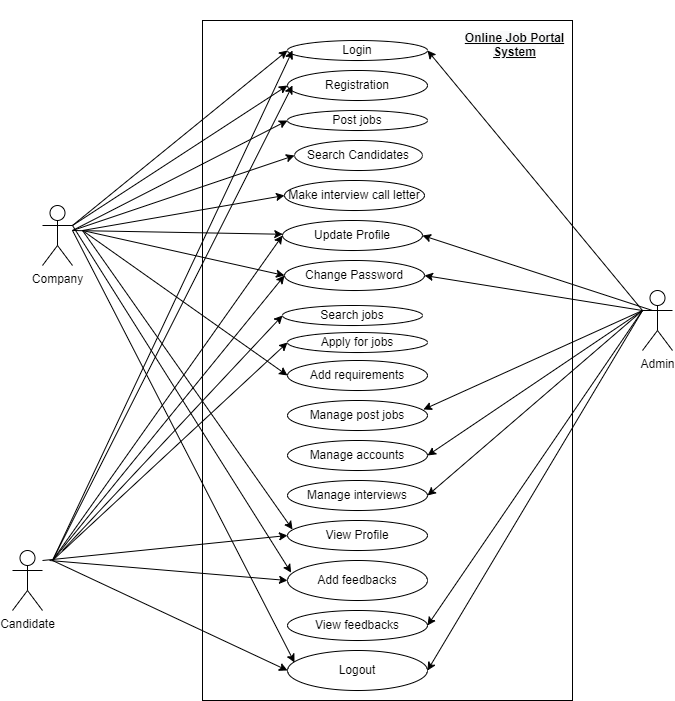
This is Day-9 Object Modelling diagrams/Online job portal/Usecase-diagram.png from Mydhili-murali/ust-prograd-training, a draw.io export, as it was before one commit. Source tidied: cells renumbered, new cells last; positions are measured from the earlier drawing's top-left corner, leaving out a move shared by most shapes.
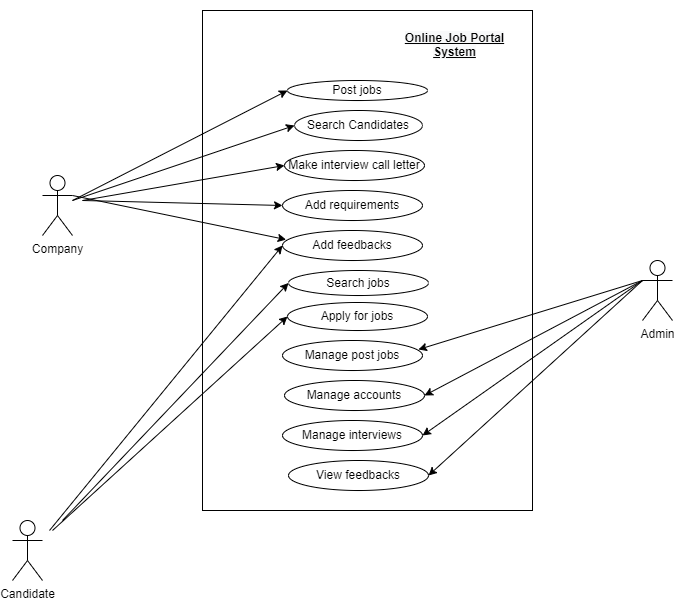
After the change.

What changed in the source:
```diff
@@ -3,29 +3,17 @@
     <mxCell id="0" />
     <mxCell id="1" parent="0" />
     <mxCell id="2" style="whiteSpace=wrap;html=1;" parent="1" vertex="1">
-      <mxGeometry x="190" y="20" width="370" height="680" as="geometry" />
+      <mxGeometry x="190" y="40" width="330" height="500" as="geometry" />
     </mxCell>
     <mxCell id="3" value="Company" style="shape=umlActor;verticalLabelPosition=bottom;verticalAlign=top;html=1;outlineConnect=0;" parent="1" vertex="1">
       <mxGeometry x="30" y="205" width="30" height="60" as="geometry" />
     </mxCell>
-    <mxCell id="4" value="Login" style="ellipse;whiteSpace=wrap;html=1;" parent="1" vertex="1">
-      <mxGeometry x="275" y="40" width="140" height="20" as="geometry" />
-    </mxCell>
     <mxCell id="5" value="Candidate" style="shape=umlActor;verticalLabelPosition=bottom;verticalAlign=top;html=1;" parent="1" vertex="1">
       <mxGeometry y="550" width="30" height="60" as="geometry" />
     </mxCell>
     <mxCell id="6" value="Admin" style="shape=umlActor;verticalLabelPosition=bottom;verticalAlign=top;html=1;" parent="1" vertex="1">
       <mxGeometry x="630" y="290" width="30" height="60" as="geometry" />
     </mxCell>
-    <mxCell id="7" value="Registration" style="ellipse;whiteSpace=wrap;html=1;" parent="1" vertex="1">
-      <mxGeometry x="275" y="70" width="140" height="30" as="geometry" />
-    </mxCell>
-    <mxCell id="8" value="Update Profile" style="ellipse;whiteSpace=wrap;html=1;" parent="1" vertex="1">
-      <mxGeometry x="270" y="220" width="140" height="30" as="geometry" />
-    </mxCell>
-    <mxCell id="9" value="Change Password" style="ellipse;whiteSpace=wrap;html=1;" parent="1" vertex="1">
-      <mxGeometry x="272" y="260" width="140" height="30" as="geometry" />
-    </mxCell>
     <mxCell id="10" value="Post jobs" style="ellipse;whiteSpace=wrap;html=1;" parent="1" vertex="1">
       <mxGeometry x="275" y="110" width="140" height="20" as="geometry" />
     </mxCell>
@@ -33,93 +21,43 @@
       <mxGeometry x="282" y="140" width="128" height="30" as="geometry" />
     </mxCell>
     <mxCell id="12" value="Add feedbacks" style="ellipse;whiteSpace=wrap;html=1;" parent="1" vertex="1">
-      <mxGeometry x="275" y="560" width="140" height="40" as="geometry" />
+      <mxGeometry x="270" y="260" width="140" height="30" as="geometry" />
     </mxCell>
-    <mxCell id="13" style="endArrow=classic;html=1;" parent="1" edge="1">
-      <mxGeometry relative="1" as="geometry">
-        <mxPoint x="40" y="560" as="sourcePoint" />
-        <mxPoint x="280" y="85" as="targetPoint" />
-      </mxGeometry>
-    </mxCell>
-    <mxCell id="14" style="endArrow=classic;html=1;entryX=0;entryY=0.5;entryDx=0;entryDy=0;" parent="1" edge="1" target="8">
-      <mxGeometry relative="1" as="geometry">
-        <mxPoint x="40" y="560" as="sourcePoint" />
-      </mxGeometry>
-    </mxCell>
     <mxCell id="15" style="endArrow=classic;html=1;entryX=0.026;entryY=0.304;entryDx=0;entryDy=0;entryPerimeter=0;exitX=1;exitY=0.3333333333333333;exitDx=0;exitDy=0;exitPerimeter=0;" parent="1" edge="1" source="3" target="12">
       <mxGeometry relative="1" as="geometry" />
     </mxCell>
-    <mxCell id="16" style="endArrow=classic;html=1;entryX=0;entryY=0.5;entryDx=0;entryDy=0;" parent="1" edge="1" target="9">
-      <mxGeometry relative="1" as="geometry">
-        <mxPoint x="40" y="560" as="sourcePoint" />
-      </mxGeometry>
-    </mxCell>
-    <mxCell id="17" style="endArrow=classic;html=1;entryX=1;entryY=0.5;entryDx=0;entryDy=0;" parent="1" edge="1" target="4">
-      <mxGeometry relative="1" as="geometry">
-        <mxPoint x="630" y="310" as="sourcePoint" />
-      </mxGeometry>
-    </mxCell>
-    <mxCell id="18" style="endArrow=classic;html=1;entryX=1;entryY=0.5;entryDx=0;entryDy=0;" parent="1" edge="1" target="8">
-      <mxGeometry relative="1" as="geometry">
-        <mxPoint x="640" y="310" as="sourcePoint" />
-      </mxGeometry>
-    </mxCell>
-    <mxCell id="19" style="endArrow=classic;html=1;entryX=1;entryY=0.5;entryDx=0;entryDy=0;" parent="1" edge="1" target="9">
-      <mxGeometry relative="1" as="geometry">
-        <mxPoint x="630" y="310" as="sourcePoint" />
-      </mxGeometry>
-    </mxCell>
     <mxCell id="20" value="Make interview call letter" style="ellipse;whiteSpace=wrap;html=1;" parent="1" vertex="1">
       <mxGeometry x="272" y="180" width="140" height="30" as="geometry" />
     </mxCell>
     <mxCell id="21" value="&lt;b&gt;&lt;u&gt;&lt;br&gt;&lt;br&gt;&lt;span style=&quot;color: rgb(0 , 0 , 0) ; font-family: &amp;#34;helvetica&amp;#34; ; font-size: 12px ; font-style: normal ; letter-spacing: normal ; text-align: center ; text-indent: 0px ; text-transform: none ; word-spacing: 0px ; background-color: rgb(248 , 249 , 250) ; display: inline ; float: none&quot;&gt;Online Job Portal System&lt;/span&gt;&lt;br&gt;&lt;/u&gt;&lt;/b&gt;" style="text;html=1;strokeColor=none;fillColor=none;align=center;verticalAlign=middle;whiteSpace=wrap;rounded=0;" parent="1" vertex="1">
-      <mxGeometry x="450" width="105" height="60" as="geometry" />
+      <mxGeometry x="390" y="30" width="105" height="60" as="geometry" />
     </mxCell>
-    <mxCell id="22" style="endArrow=classic;html=1;rounded=0;entryX=0;entryY=0.5;entryDx=0;entryDy=0;exitX=1;exitY=0.3333333333333333;exitDx=0;exitDy=0;exitPerimeter=0;" parent="1" edge="1" source="3" target="4">
-      <mxGeometry relative="1" as="geometry" />
-    </mxCell>
     <mxCell id="23" value="View feedbacks" style="ellipse;whiteSpace=wrap;html=1;" parent="1" vertex="1">
-      <mxGeometry x="275" y="610" width="140" height="30" as="geometry" />
+      <mxGeometry x="276" y="490" width="140" height="30" as="geometry" />
     </mxCell>
     <mxCell id="24" value="Search jobs" style="ellipse;whiteSpace=wrap;html=1;" parent="1" vertex="1">
-      <mxGeometry x="270" y="305" width="140" height="20" as="geometry" />
+      <mxGeometry x="276" y="300" width="140" height="25" as="geometry" />
     </mxCell>
     <mxCell id="25" value="Apply for jobs" style="ellipse;whiteSpace=wrap;html=1;" parent="1" vertex="1">
-      <mxGeometry x="275" y="332" width="140" height="20" as="geometry" />
+      <mxGeometry x="275" y="332" width="140" height="28" as="geometry" />
     </mxCell>
-    <mxCell id="26" value="View Profile" style="ellipse;whiteSpace=wrap;html=1;" parent="1" vertex="1">
-      <mxGeometry x="275" y="520" width="140" height="30" as="geometry" />
-    </mxCell>
     <mxCell id="27" value="Add requirements" style="ellipse;whiteSpace=wrap;html=1;" parent="1" vertex="1">
-      <mxGeometry x="275" y="360" width="140" height="30" as="geometry" />
+      <mxGeometry x="270" y="220" width="140" height="30" as="geometry" />
     </mxCell>
     <mxCell id="28" value="Manage post jobs" style="ellipse;whiteSpace=wrap;html=1;" parent="1" vertex="1">
-      <mxGeometry x="275" y="400" width="140" height="30" as="geometry" />
+      <mxGeometry x="270" y="370" width="140" height="30" as="geometry" />
     </mxCell>
     <mxCell id="29" value="Manage accounts" style="ellipse;whiteSpace=wrap;html=1;" parent="1" vertex="1">
-      <mxGeometry x="275" y="440" width="140" height="30" as="geometry" />
+      <mxGeometry x="272" y="410" width="140" height="30" as="geometry" />
     </mxCell>
     <mxCell id="30" value="Manage interviews" style="ellipse;whiteSpace=wrap;html=1;" parent="1" vertex="1">
-      <mxGeometry x="275" y="480" width="140" height="30" as="geometry" />
+      <mxGeometry x="270" y="450" width="140" height="30" as="geometry" />
     </mxCell>
-    <mxCell id="31" value="Logout" style="ellipse;whiteSpace=wrap;html=1;" parent="1" vertex="1">
-      <mxGeometry x="275" y="650" width="140" height="40" as="geometry" />
-    </mxCell>
-    <mxCell id="32" style="endArrow=classic;html=1;rounded=0;entryX=0;entryY=0.5;entryDx=0;entryDy=0;" parent="1" edge="1" target="31">
-      <mxGeometry relative="1" as="geometry">
-        <mxPoint x="40" y="560" as="sourcePoint" />
-      </mxGeometry>
-    </mxCell>
     <mxCell id="33" style="endArrow=classic;html=1;rounded=0;exitX=1;exitY=0.3333333333333333;exitDx=0;exitDy=0;exitPerimeter=0;entryX=0;entryY=0.5;entryDx=0;entryDy=0;" parent="1" edge="1" target="12">
       <mxGeometry relative="1" as="geometry">
         <mxPoint x="37" y="560" as="sourcePoint" />
       </mxGeometry>
     </mxCell>
-    <mxCell id="34" style="endArrow=classic;html=1;rounded=0;entryX=0;entryY=0.5;entryDx=0;entryDy=0;" parent="1" edge="1" target="26">
-      <mxGeometry relative="1" as="geometry">
-        <mxPoint x="30" y="560" as="sourcePoint" />
-      </mxGeometry>
-    </mxCell>
     <mxCell id="35" style="endArrow=classic;html=1;rounded=0;entryX=0;entryY=0.5;entryDx=0;entryDy=0;" parent="1" edge="1" target="25">
       <mxGeometry relative="1" as="geometry">
         <mxPoint x="40" y="560" as="sourcePoint" />
@@ -130,9 +68,6 @@
         <mxPoint x="50" y="550" as="sourcePoint" />
       </mxGeometry>
     </mxCell>
-    <mxCell id="37" style="endArrow=classic;html=1;rounded=0;exitX=1;exitY=0.3333333333333333;exitDx=0;exitDy=0;exitPerimeter=0;entryX=0;entryY=0.5;entryDx=0;entryDy=0;" parent="1" edge="1" source="3" target="7">
-      <mxGeometry relative="1" as="geometry" />
-    </mxCell>
     <mxCell id="38" style="endArrow=classic;html=1;rounded=0;entryX=0;entryY=0.5;entryDx=0;entryDy=0;" parent="1" edge="1" target="10">
       <mxGeometry relative="1" as="geometry">
         <mxPoint x="60" y="230" as="sourcePoint" />
@@ -148,36 +83,11 @@
         <mxPoint x="70" y="230" as="sourcePoint" />
       </mxGeometry>
     </mxCell>
-    <mxCell id="41" style="endArrow=classic;html=1;rounded=0;" parent="1" edge="1" target="8">
-      <mxGeometry relative="1" as="geometry">
-        <mxPoint x="60" y="230" as="sourcePoint" />
-      </mxGeometry>
-    </mxCell>
-    <mxCell id="42" style="endArrow=classic;html=1;rounded=0;entryX=0;entryY=0.5;entryDx=0;entryDy=0;" parent="1" edge="1" target="9">
-      <mxGeometry relative="1" as="geometry">
-        <mxPoint x="70" y="230" as="sourcePoint" />
-      </mxGeometry>
-    </mxCell>
     <mxCell id="43" style="endArrow=classic;html=1;rounded=0;entryX=0;entryY=0.5;entryDx=0;entryDy=0;" parent="1" edge="1" target="27">
       <mxGeometry relative="1" as="geometry">
         <mxPoint x="70" y="230" as="sourcePoint" />
       </mxGeometry>
     </mxCell>
-    <mxCell id="44" style="endArrow=classic;html=1;rounded=0;entryX=0.036;entryY=0.5;entryDx=0;entryDy=0;entryPerimeter=0;" parent="1" edge="1" target="4">
-      <mxGeometry relative="1" as="geometry">
-        <mxPoint x="40" y="560" as="sourcePoint" />
-      </mxGeometry>
-    </mxCell>
-    <mxCell id="45" style="endArrow=classic;html=1;rounded=0;entryX=0.036;entryY=0.3;entryDx=0;entryDy=0;entryPerimeter=0;" parent="1" edge="1" target="26">
-      <mxGeometry relative="1" as="geometry">
-        <mxPoint x="70" y="230" as="sourcePoint" />
-      </mxGeometry>
-    </mxCell>
-    <mxCell id="46" style="endArrow=classic;html=1;rounded=0;entryX=0.05;entryY=0.3;entryDx=0;entryDy=0;entryPerimeter=0;" parent="1" edge="1" target="31">
-      <mxGeometry relative="1" as="geometry">
-        <mxPoint x="60" y="230" as="sourcePoint" />
-      </mxGeometry>
-    </mxCell>
     <mxCell id="47" style="endArrow=classic;html=1;rounded=0;entryX=0.971;entryY=0.3;entryDx=0;entryDy=0;entryPerimeter=0;" parent="1" edge="1" target="28">
       <mxGeometry relative="1" as="geometry">
         <mxPoint x="630" y="310" as="sourcePoint" />
@@ -196,10 +106,5 @@
         <mxPoint x="630" y="310" as="sourcePoint" />
       </mxGeometry>
     </mxCell>
-    <mxCell id="51" style="endArrow=classic;html=1;rounded=0;entryX=1;entryY=0.5;entryDx=0;entryDy=0;" parent="1" edge="1" target="31">
-      <mxGeometry relative="1" as="geometry">
-        <mxPoint x="630" y="310" as="sourcePoint" />
-      </mxGeometry>
-    </mxCell>
   </root>
 </mxGraphModel>
```
